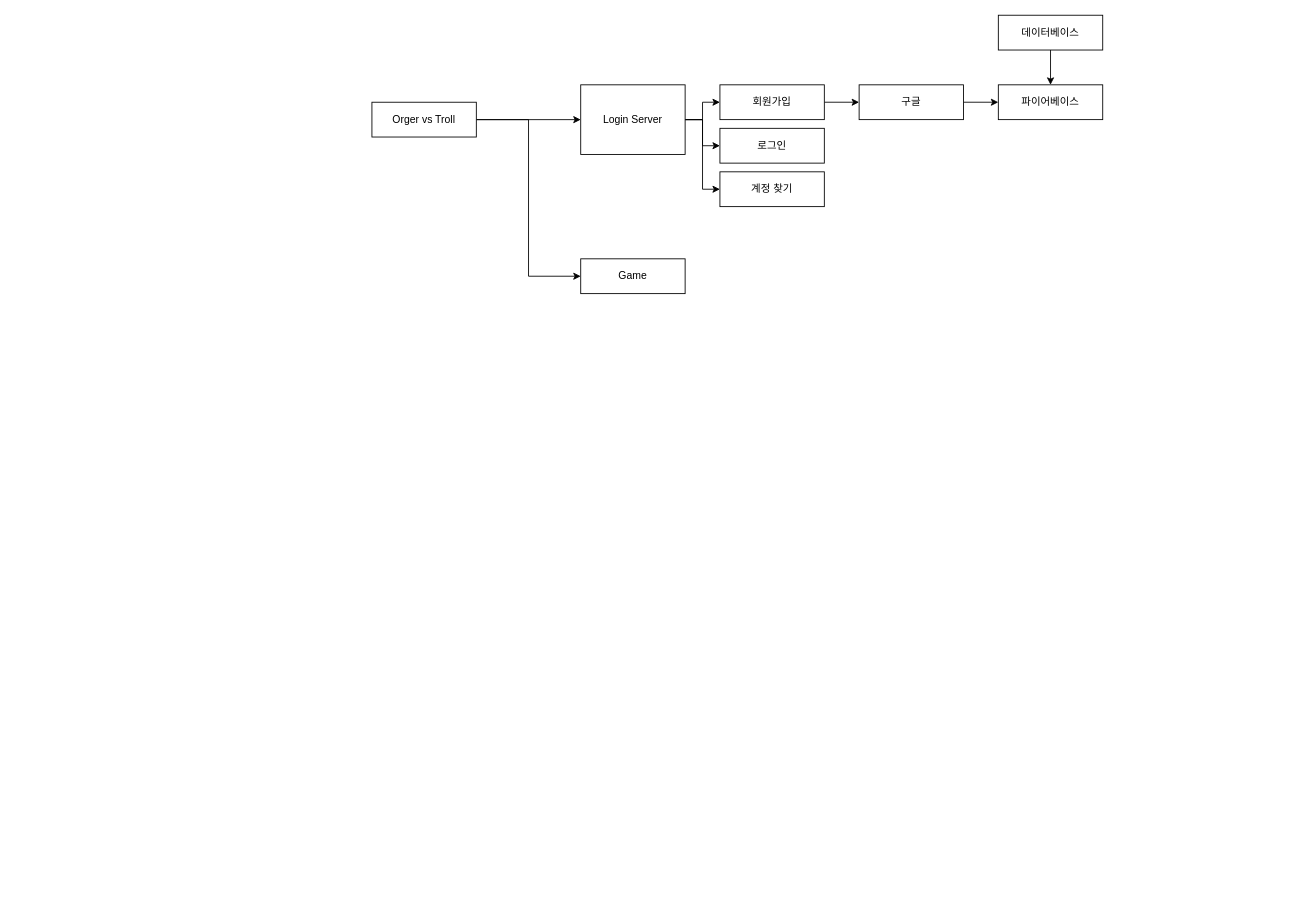
The draw.io diagram Game.drawio in justFrogLab/Original, before the edit. Source tidied: cells renumbered, new cells numbered last; positions are measured from the earlier drawing's top-left corner, leaving out a move shared by most shapes. Both pictures are drawn from the tidied source at 87%, with x=0, y=0 at pixel (371, 15).
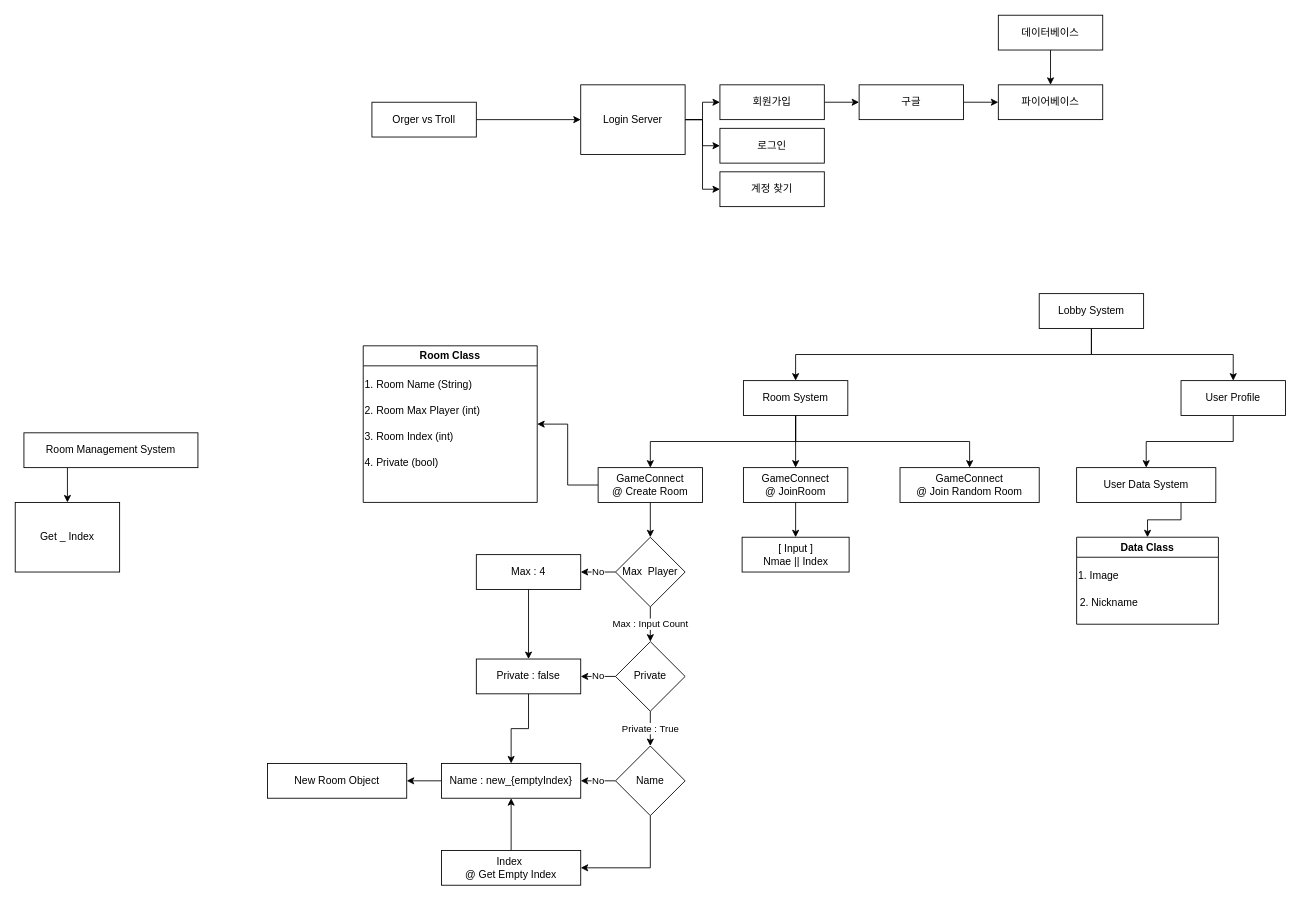
After the change.

Unchanged cells that the change refers to:
```xml
<mxCell id="4" value="Orger vs Troll" style="rounded=0;whiteSpace=wrap;html=1;" parent="1" vertex="1">
  <mxGeometry y="100" width="120" height="40" as="geometry" />
</mxCell>
```

The edit, as a diff of the source:
```diff
@@
-    <mxCell id="3" style="edgeStyle=orthogonalEdgeStyle;rounded=0;jettySize=auto;html=1;exitX=1;exitY=0.5;exitDx=0;exitDy=0;entryX=0;entryY=0.5;entryDx=0;entryDy=0;" parent="1" edge="1" source="4" target="18">
-      <mxGeometry relative="1" as="geometry" />
-    </mxCell>
@@
-    <mxCell id="18" value="Game" style="rounded=0;whiteSpace=wrap;html=1;" parent="1" vertex="1">
-      <mxGeometry x="240" y="280" width="120" height="40" as="geometry" />
-    </mxCell>
+    <mxCell id="19" style="edgeStyle=orthogonalEdgeStyle;rounded=0;jettySize=auto;html=1;exitX=0.5;exitY=1;exitDx=0;exitDy=0;entryX=0.5;entryY=0;entryDx=0;entryDy=0;" parent="1" edge="1" source="21" target="33">
+      <mxGeometry relative="1" as="geometry" />
+    </mxCell>
+    <mxCell id="20" style="edgeStyle=orthogonalEdgeStyle;rounded=0;jettySize=auto;html=1;exitX=0.5;exitY=1;exitDx=0;exitDy=0;entryX=0.5;entryY=0;entryDx=0;entryDy=0;" parent="1" edge="1" source="21" target="29">
+      <mxGeometry relative="1" as="geometry" />
+    </mxCell>
+    <mxCell id="21" value="Lobby System" style="rounded=0;whiteSpace=wrap;html=1;" parent="1" vertex="1">
+      <mxGeometry x="767" y="320" width="120" height="40" as="geometry" />
+    </mxCell>
+    <mxCell id="22" style="edgeStyle=orthogonalEdgeStyle;rounded=0;jettySize=auto;html=1;exitX=0;exitY=0.5;exitDx=0;exitDy=0;entryX=1;entryY=0.5;entryDx=0;entryDy=0;" parent="1" edge="1" source="24" target="39">
+      <mxGeometry relative="1" as="geometry" />
+    </mxCell>
+    <mxCell id="23" style="edgeStyle=orthogonalEdgeStyle;rounded=0;jettySize=auto;html=1;exitX=0.5;exitY=1;exitDx=0;exitDy=0;entryX=0.5;entryY=0;entryDx=0;entryDy=0;" parent="1" edge="1" source="24" target="47">
+      <mxGeometry relative="1" as="geometry" />
+    </mxCell>
+    <mxCell id="24" value="GameConnect&lt;br&gt;@ Create Room" style="rounded=0;whiteSpace=wrap;html=1;" parent="1" vertex="1">
+      <mxGeometry x="260" y="520" width="120" height="40" as="geometry" />
+    </mxCell>
+    <mxCell id="25" value="GameConnect&lt;br&gt;@ Join Random Room" style="rounded=0;whiteSpace=wrap;html=1;" parent="1" vertex="1">
+      <mxGeometry x="607" y="520" width="160" height="40" as="geometry" />
+    </mxCell>
+    <mxCell id="26" style="edgeStyle=orthogonalEdgeStyle;rounded=0;jettySize=auto;html=1;exitX=0.5;exitY=1;exitDx=0;exitDy=0;entryX=0.5;entryY=0;entryDx=0;entryDy=0;" parent="1" edge="1" source="27" target="44">
+      <mxGeometry relative="1" as="geometry" />
+    </mxCell>
+    <mxCell id="27" value="GameConnect&lt;br&gt;@ JoinRoom" style="rounded=0;whiteSpace=wrap;html=1;" parent="1" vertex="1">
+      <mxGeometry x="427" y="520" width="120" height="40" as="geometry" />
+    </mxCell>
+    <mxCell id="28" style="edgeStyle=orthogonalEdgeStyle;rounded=0;jettySize=auto;html=1;exitX=0.5;exitY=1;exitDx=0;exitDy=0;entryX=0.5;entryY=0;entryDx=0;entryDy=0;" parent="1" edge="1" source="29" target="35">
+      <mxGeometry relative="1" as="geometry" />
+    </mxCell>
+    <mxCell id="29" value="User Profile" style="rounded=0;whiteSpace=wrap;html=1;" parent="1" vertex="1">
+      <mxGeometry x="930" y="420" width="120" height="40" as="geometry" />
+    </mxCell>
+    <mxCell id="30" style="edgeStyle=orthogonalEdgeStyle;rounded=0;jettySize=auto;html=1;exitX=0.5;exitY=1;exitDx=0;exitDy=0;entryX=0.5;entryY=0;entryDx=0;entryDy=0;" parent="1" edge="1" source="33" target="24">
+      <mxGeometry relative="1" as="geometry" />
+    </mxCell>
+    <mxCell id="31" style="edgeStyle=orthogonalEdgeStyle;rounded=0;jettySize=auto;html=1;exitX=0.5;exitY=1;exitDx=0;exitDy=0;entryX=0.5;entryY=0;entryDx=0;entryDy=0;" parent="1" edge="1" source="33" target="27">
+      <mxGeometry relative="1" as="geometry" />
+    </mxCell>
+    <mxCell id="32" style="edgeStyle=orthogonalEdgeStyle;rounded=0;jettySize=auto;html=1;exitX=0.5;exitY=1;exitDx=0;exitDy=0;entryX=0.5;entryY=0;entryDx=0;entryDy=0;" parent="1" edge="1" source="33" target="25">
+      <mxGeometry relative="1" as="geometry" />
+    </mxCell>
+    <mxCell id="33" value="Room System" style="rounded=0;whiteSpace=wrap;html=1;" parent="1" vertex="1">
+      <mxGeometry x="427" y="420" width="120" height="40" as="geometry" />
+    </mxCell>
+    <mxCell id="34" style="edgeStyle=orthogonalEdgeStyle;rounded=0;jettySize=auto;html=1;exitX=0.75;exitY=1;exitDx=0;exitDy=0;entryX=0.5;entryY=0;entryDx=0;entryDy=0;" parent="1" edge="1" source="35" target="36">
+      <mxGeometry relative="1" as="geometry" />
+    </mxCell>
+    <mxCell id="35" value="User Data System" style="rounded=0;whiteSpace=wrap;html=1;" parent="1" vertex="1">
+      <mxGeometry x="810" y="520" width="160" height="40" as="geometry" />
+    </mxCell>
+    <mxCell id="36" value="Data Class" style="swimlane;whiteSpace=wrap;html=1;" parent="1" vertex="1">
+      <mxGeometry x="810" y="600" width="163" height="100" as="geometry" />
+    </mxCell>
+    <mxCell id="37" value="1. Image" style="text;html=1;strokeColor=none;fillColor=none;align=left;verticalAlign=middle;whiteSpace=wrap;rounded=0;" parent="36" vertex="1">
+      <mxGeometry y="30" width="160" height="30" as="geometry" />
+    </mxCell>
+    <mxCell id="38" value="2. Nickname" style="text;html=1;strokeColor=none;fillColor=none;align=left;verticalAlign=middle;whiteSpace=wrap;rounded=0;" parent="36" vertex="1">
+      <mxGeometry x="1.5" y="60" width="160" height="30" as="geometry" />
+    </mxCell>
+    <mxCell id="39" value="Room Class" style="swimlane;whiteSpace=wrap;html=1;" parent="1" vertex="1">
+      <mxGeometry x="-10" y="380" width="200" height="180" as="geometry" />
+    </mxCell>
+    <mxCell id="40" value="1. Room Name (String)" style="text;html=1;strokeColor=none;fillColor=none;align=left;verticalAlign=middle;whiteSpace=wrap;rounded=0;" parent="39" vertex="1">
+      <mxGeometry y="30" width="200" height="30" as="geometry" />
+    </mxCell>
+    <mxCell id="41" value="2. Room Max Player (int)" style="text;html=1;strokeColor=none;fillColor=none;align=left;verticalAlign=middle;whiteSpace=wrap;rounded=0;" parent="39" vertex="1">
+      <mxGeometry y="60" width="200" height="30" as="geometry" />
+    </mxCell>
+    <mxCell id="42" value="3. Room Index (int)" style="text;html=1;strokeColor=none;fillColor=none;align=left;verticalAlign=middle;whiteSpace=wrap;rounded=0;" parent="39" vertex="1">
+      <mxGeometry y="90" width="200" height="30" as="geometry" />
+    </mxCell>
+    <mxCell id="43" value="4. Private (bool)" style="text;html=1;strokeColor=none;fillColor=none;align=left;verticalAlign=middle;whiteSpace=wrap;rounded=0;" parent="39" vertex="1">
+      <mxGeometry y="120" width="200" height="30" as="geometry" />
+    </mxCell>
+    <mxCell id="44" value="[ Input ]&lt;br&gt;Nmae || Index" style="rounded=0;whiteSpace=wrap;html=1;" parent="1" vertex="1">
+      <mxGeometry x="425.5" y="600" width="123" height="40" as="geometry" />
+    </mxCell>
+    <mxCell id="45" value="No" style="edgeStyle=orthogonalEdgeStyle;rounded=0;jettySize=auto;html=1;exitX=0;exitY=0.5;exitDx=0;exitDy=0;entryX=1;entryY=0.5;entryDx=0;entryDy=0;" parent="1" edge="1" source="47" target="49">
+      <mxGeometry relative="1" as="geometry" />
+    </mxCell>
+    <mxCell id="46" value="Max : Input Count" style="edgeStyle=orthogonalEdgeStyle;rounded=0;jettySize=auto;html=1;exitX=0.5;exitY=1;exitDx=0;exitDy=0;entryX=0.5;entryY=0;entryDx=0;entryDy=0;" parent="1" edge="1" source="47" target="52">
+      <mxGeometry relative="1" as="geometry" />
+    </mxCell>
+    <mxCell id="47" value="Max&amp;nbsp; Player" style="rhombus;whiteSpace=wrap;html=1;" parent="1" vertex="1">
+      <mxGeometry x="280" y="600" width="80" height="80" as="geometry" />
+    </mxCell>
+    <mxCell id="48" style="edgeStyle=orthogonalEdgeStyle;rounded=0;jettySize=auto;html=1;exitX=0.5;exitY=1;exitDx=0;exitDy=0;entryX=0.5;entryY=0;entryDx=0;entryDy=0;" parent="1" edge="1" source="49" target="54">
+      <mxGeometry relative="1" as="geometry" />
+    </mxCell>
+    <mxCell id="49" value="Max : 4" style="rounded=0;whiteSpace=wrap;html=1;" parent="1" vertex="1">
+      <mxGeometry x="120" y="620" width="120" height="40" as="geometry" />
+    </mxCell>
+    <mxCell id="50" value="No" style="edgeStyle=orthogonalEdgeStyle;rounded=0;jettySize=auto;html=1;exitX=0;exitY=0.5;exitDx=0;exitDy=0;entryX=1;entryY=0.5;entryDx=0;entryDy=0;" parent="1" edge="1" source="52" target="54">
+      <mxGeometry relative="1" as="geometry" />
+    </mxCell>
+    <mxCell id="51" value="Private : True" style="edgeStyle=orthogonalEdgeStyle;rounded=0;jettySize=auto;html=1;exitX=0.5;exitY=1;exitDx=0;exitDy=0;entryX=0.5;entryY=0;entryDx=0;entryDy=0;" parent="1" edge="1" source="52" target="57">
+      <mxGeometry relative="1" as="geometry" />
+    </mxCell>
+    <mxCell id="52" value="Private" style="rhombus;whiteSpace=wrap;html=1;" parent="1" vertex="1">
+      <mxGeometry x="280" y="720" width="80" height="80" as="geometry" />
+    </mxCell>
+    <mxCell id="53" style="edgeStyle=orthogonalEdgeStyle;rounded=0;jettySize=auto;html=1;exitX=0.5;exitY=1;exitDx=0;exitDy=0;entryX=0.5;entryY=0;entryDx=0;entryDy=0;" parent="1" edge="1" source="54" target="59">
+      <mxGeometry relative="1" as="geometry" />
+    </mxCell>
+    <mxCell id="54" value="Private : false" style="rounded=0;whiteSpace=wrap;html=1;" parent="1" vertex="1">
+      <mxGeometry x="120" y="740" width="120" height="40" as="geometry" />
+    </mxCell>
+    <mxCell id="55" value="No" style="edgeStyle=orthogonalEdgeStyle;rounded=0;jettySize=auto;html=1;exitX=0;exitY=0.5;exitDx=0;exitDy=0;entryX=1;entryY=0.5;entryDx=0;entryDy=0;" parent="1" edge="1" source="57" target="59">
+      <mxGeometry relative="1" as="geometry" />
+    </mxCell>
+    <mxCell id="56" style="edgeStyle=orthogonalEdgeStyle;rounded=0;jettySize=auto;html=1;exitX=0.5;exitY=1;exitDx=0;exitDy=0;entryX=1;entryY=0.5;entryDx=0;entryDy=0;" parent="1" edge="1" source="57" target="61">
+      <mxGeometry relative="1" as="geometry" />
+    </mxCell>
+    <mxCell id="57" value="Name" style="rhombus;whiteSpace=wrap;html=1;" parent="1" vertex="1">
+      <mxGeometry x="280" y="840" width="80" height="80" as="geometry" />
+    </mxCell>
+    <mxCell id="58" style="edgeStyle=orthogonalEdgeStyle;rounded=0;jettySize=auto;html=1;exitX=0;exitY=0.5;exitDx=0;exitDy=0;entryX=1;entryY=0.5;entryDx=0;entryDy=0;" parent="1" edge="1" source="59" target="62">
+      <mxGeometry relative="1" as="geometry" />
+    </mxCell>
+    <mxCell id="59" value="Name : new_{emptyIndex}" style="rounded=0;whiteSpace=wrap;html=1;" parent="1" vertex="1">
+      <mxGeometry x="80" y="860" width="160" height="40" as="geometry" />
+    </mxCell>
+    <mxCell id="60" style="edgeStyle=orthogonalEdgeStyle;rounded=0;jettySize=auto;html=1;exitX=0.5;exitY=0;exitDx=0;exitDy=0;entryX=0.5;entryY=1;entryDx=0;entryDy=0;" parent="1" edge="1" source="61" target="59">
+      <mxGeometry relative="1" as="geometry" />
+    </mxCell>
+    <mxCell id="61" value="Index&amp;nbsp;&lt;br&gt;@ Get Empty Index" style="rounded=0;whiteSpace=wrap;html=1;" parent="1" vertex="1">
+      <mxGeometry x="80" y="960" width="160" height="40" as="geometry" />
+    </mxCell>
+    <mxCell id="62" value="New Room Object" style="rounded=0;whiteSpace=wrap;html=1;" parent="1" vertex="1">
+      <mxGeometry x="-120" y="860" width="160" height="40" as="geometry" />
+    </mxCell>
+    <mxCell id="63" style="edgeStyle=orthogonalEdgeStyle;rounded=0;jettySize=auto;html=1;exitX=0.25;exitY=1;exitDx=0;exitDy=0;entryX=0.5;entryY=0;entryDx=0;entryDy=0;" parent="1" edge="1" source="64" target="65">
+      <mxGeometry relative="1" as="geometry" />
+    </mxCell>
+    <mxCell id="64" value="Room Management System" style="rounded=0;whiteSpace=wrap;html=1;" parent="1" vertex="1">
+      <mxGeometry x="-400" y="480" width="200" height="40" as="geometry" />
+    </mxCell>
+    <mxCell id="65" value="Get _ Index" style="rounded=0;whiteSpace=wrap;html=1;" parent="1" vertex="1">
+      <mxGeometry x="-410" y="560" width="120" height="80" as="geometry" />
+    </mxCell>
```
